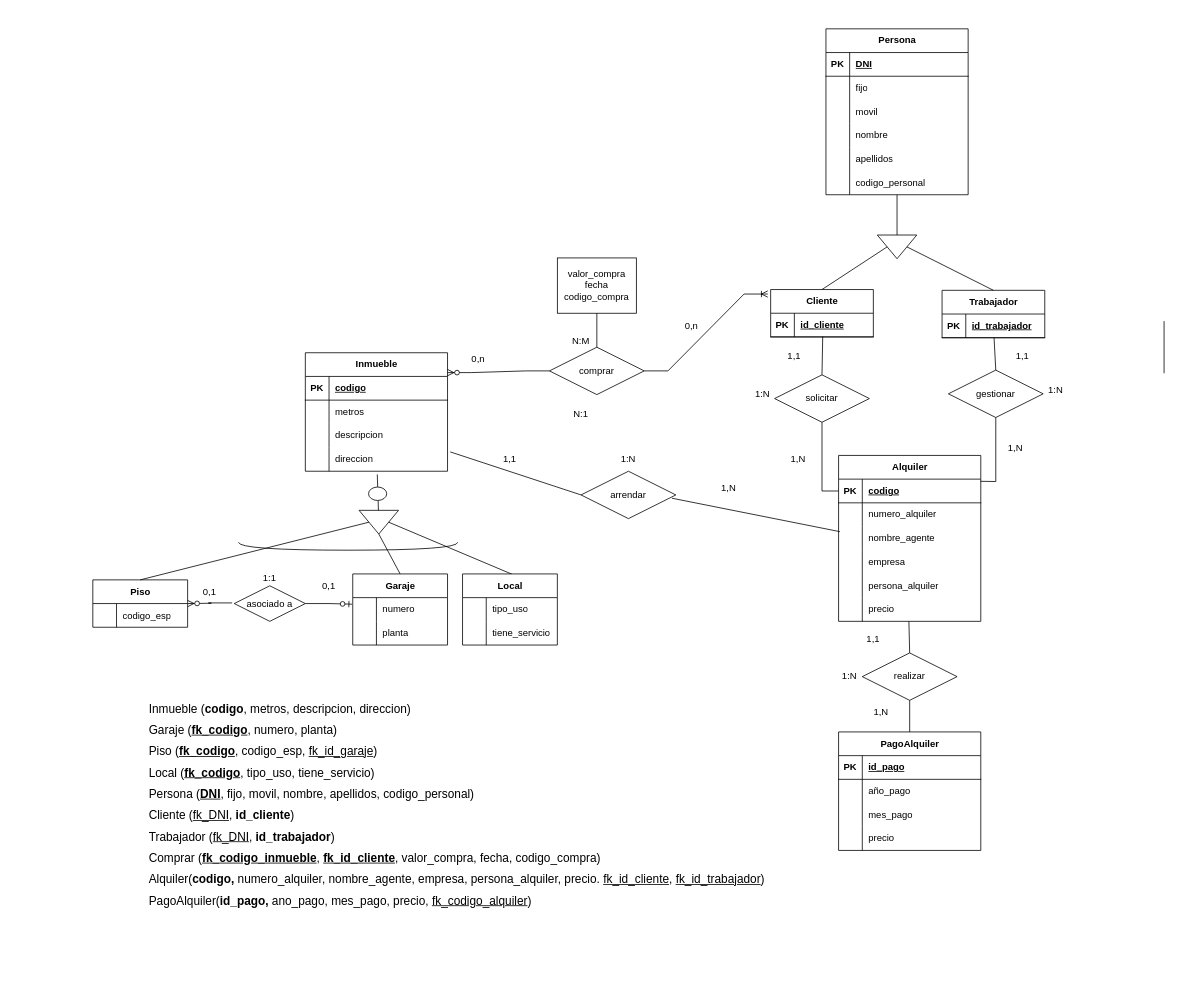
This is Ejercicio18.drawio from Daninuro/diagrames-cvf-dn-mpl-n-11102023, a draw.io file, before an edit. Source tidied: cells renumbered, new cells numbered last; positions are measured from the earlier drawing's top-left corner, leaving out a move shared by most shapes. Both pictures are drawn from the tidied source at 79%, with x=0, y=0 at pixel (92, 28).
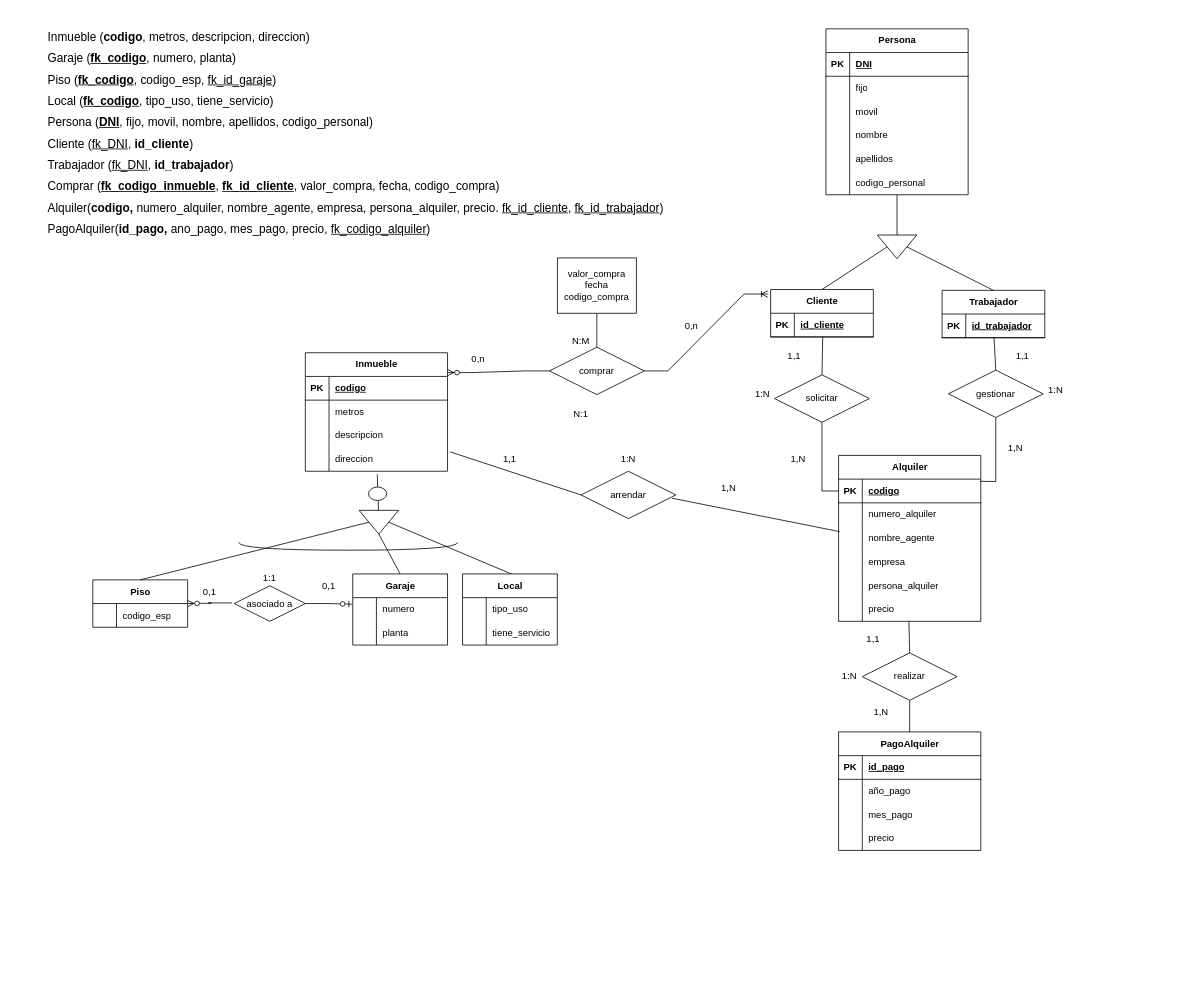
Above is the later version.

The edit, as a diff of the source:
```diff
@@
     <mxCell id="88" value="&lt;p style=&quot;line-height: 180%; font-size: 15px;&quot;&gt;&lt;/p&gt;&lt;div style=&quot;text-align: justify; font-size: 15px; line-height: 180%;&quot;&gt;&lt;span style=&quot;background-color: initial;&quot;&gt;&lt;font style=&quot;font-size: 15px;&quot;&gt;Inmueble (&lt;b&gt;codigo&lt;/b&gt;, metros, descripcion, direccion)&lt;/font&gt;&lt;/span&gt;&lt;/div&gt;&lt;div style=&quot;text-align: justify; font-size: 15px; line-height: 180%;&quot;&gt;&lt;span style=&quot;background-color: initial;&quot;&gt;Garaje (&lt;/span&gt;&lt;u style=&quot;background-color: initial; border-color: var(--border-color);&quot;&gt;&lt;b&gt;fk_codigo&lt;/b&gt;&lt;/u&gt;&lt;span style=&quot;background-color: initial;&quot;&gt;, numero, planta)&lt;/span&gt;&lt;br&gt;&lt;/div&gt;&lt;div style=&quot;text-align: justify; font-size: 15px; line-height: 180%;&quot;&gt;&lt;span style=&quot;background-color: initial;&quot;&gt;&lt;font style=&quot;font-size: 15px;&quot;&gt;Piso (&lt;u&gt;&lt;b&gt;fk_codigo&lt;/b&gt;&lt;/u&gt;, codigo_esp, &lt;u&gt;fk_id_garaje&lt;/u&gt;)&lt;/font&gt;&lt;/span&gt;&lt;/div&gt;&lt;div style=&quot;text-align: justify; font-size: 15px; line-height: 180%;&quot;&gt;&lt;span style=&quot;background-color: initial;&quot;&gt;Local (&lt;/span&gt;&lt;u style=&quot;background-color: initial;&quot;&gt;&lt;b&gt;fk_codigo&lt;/b&gt;&lt;/u&gt;&lt;span style=&quot;background-color: initial;&quot;&gt;, tipo_uso, tiene_servicio)&lt;/span&gt;&lt;br&gt;&lt;/div&gt;&lt;div style=&quot;text-align: justify; font-size: 15px; line-height: 180%;&quot;&gt;&lt;span style=&quot;background-color: initial;&quot;&gt;Persona (&lt;/span&gt;&lt;u style=&quot;background-color: initial;&quot;&gt;&lt;b&gt;DNI&lt;/b&gt;&lt;/u&gt;&lt;span style=&quot;background-color: initial;&quot;&gt;, fijo, movil, nombre, apellidos, codigo_personal)&lt;/span&gt;&lt;br&gt;&lt;/div&gt;&lt;div style=&quot;text-align: justify; font-size: 15px; line-height: 180%;&quot;&gt;Cliente (&lt;u&gt;fk_DNI&lt;/u&gt;, &lt;b style=&quot;&quot;&gt;id_cliente&lt;/b&gt;)&lt;/div&gt;&lt;div style=&quot;text-align: justify; font-size: 15px; line-height: 180%;&quot;&gt;Trabajador (&lt;u&gt;fk_DNI&lt;/u&gt;, &lt;b&gt;id_trabajador&lt;/b&gt;)&lt;/div&gt;&lt;div style=&quot;text-align: justify; font-size: 15px; line-height: 180%;&quot;&gt;&lt;span style=&quot;background-color: initial;&quot;&gt;Comprar (&lt;b&gt;&lt;u&gt;fk_&lt;/u&gt;&lt;/b&gt;&lt;/span&gt;&lt;span style=&quot;background-color: initial;&quot;&gt;&lt;b style=&quot;&quot;&gt;&lt;u&gt;codigo_inmueble&lt;/u&gt;&lt;/b&gt;&lt;/span&gt;&lt;span style=&quot;background-color: initial;&quot;&gt;, &lt;u&gt;&lt;b&gt;fk_&lt;/b&gt;&lt;/u&gt;&lt;/span&gt;&lt;u style=&quot;background-color: initial;&quot;&gt;&lt;b&gt;id_cliente&lt;/b&gt;&lt;/u&gt;&lt;span style=&quot;background-color: initial;&quot;&gt;, valor_compra, fecha, codigo_compra)&lt;/span&gt;&lt;br&gt;&lt;/div&gt;&lt;div style=&quot;text-align: justify; font-size: 15px; line-height: 180%;&quot;&gt;&lt;span style=&quot;background-color: initial;&quot;&gt;Alquiler(&lt;b&gt;codigo, &lt;/b&gt;numero_alquiler, nombre_agente, empresa, persona_alquiler, precio. &lt;u&gt;fk_id_cliente&lt;/u&gt;, &lt;u&gt;fk_id_trabajador&lt;/u&gt;)&lt;/span&gt;&lt;/div&gt;&lt;div style=&quot;text-align: justify; font-size: 15px; line-height: 180%;&quot;&gt;PagoAlquiler(&lt;b&gt;id_pago, &lt;/b&gt;ano_pago, mes_pago, precio, &lt;u&gt;fk_codigo_alquiler&lt;/u&gt;)&lt;/div&gt;&lt;div style=&quot;text-align: justify; font-size: 15px; line-height: 180%;&quot;&gt;&lt;br&gt;&lt;/div&gt;&lt;div style=&quot;text-align: justify; font-size: 15px; line-height: 180%;&quot;&gt;&lt;br&gt;&lt;/div&gt;&lt;div style=&quot;text-align: justify; font-size: 15px; line-height: 180%;&quot;&gt;&lt;br&gt;&lt;/div&gt;&lt;p&gt;&lt;/p&gt;" style="text;html=1;strokeColor=none;fillColor=none;align=center;verticalAlign=middle;whiteSpace=wrap;rounded=0;" parent="1" vertex="1">
-      <mxGeometry x="28" y="880" width="866" height="280" as="geometry" />
+      <mxGeometry x="-100" y="50" width="866" height="240" as="geometry" />
     </mxCell>
@@
-    <mxCell id="125" style="endArrow=none;html=1;rounded=0;" parent="1" edge="1">
-      <mxGeometry relative="1" as="geometry">
-        <mxPoint x="1356" y="436" as="sourcePoint" />
-        <mxPoint x="1356" y="370" as="targetPoint" />
-      </mxGeometry>
-    </mxCell>
```
